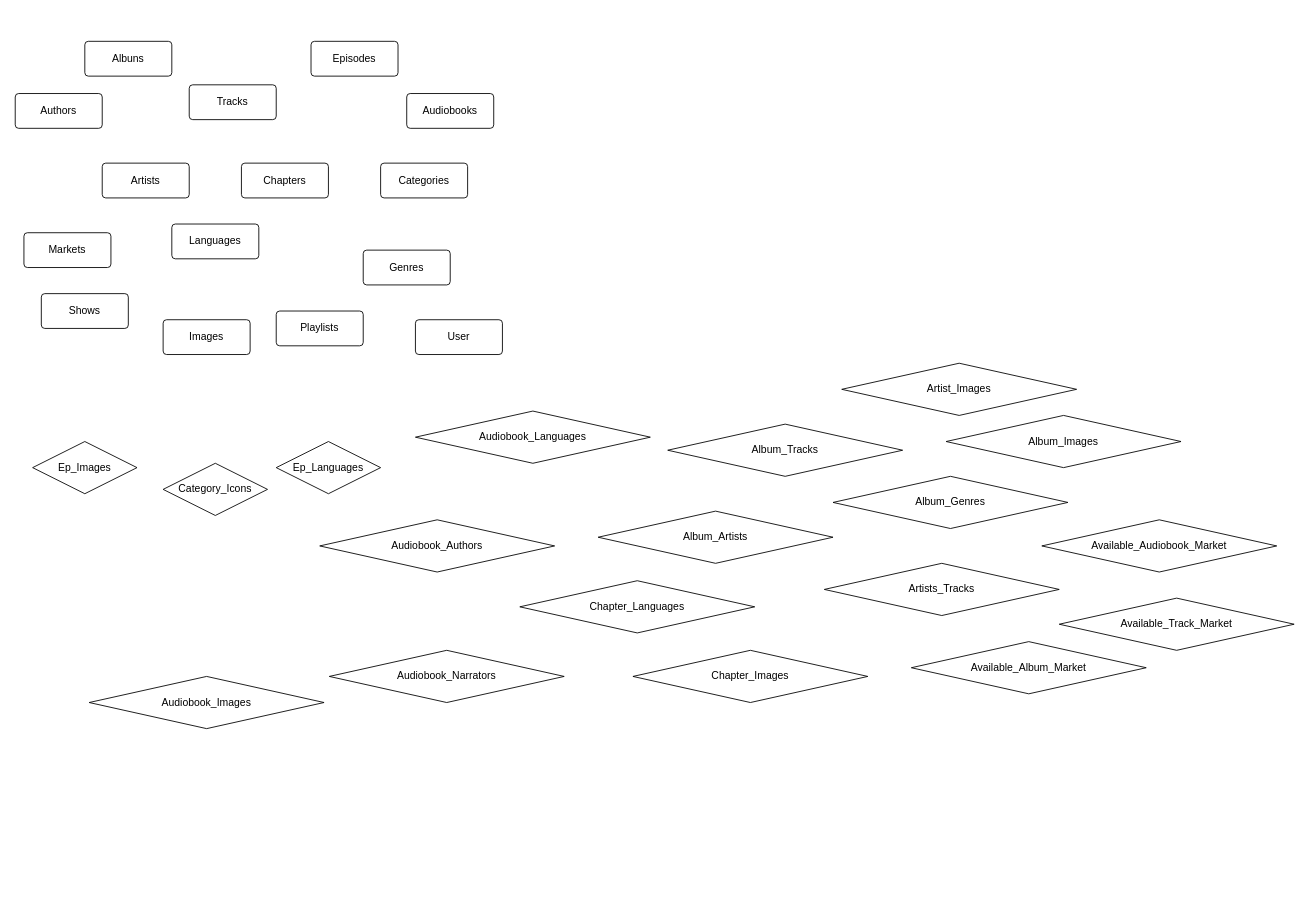
Earlier version of the draw.io diagram diagrama_er.drawio (budkee/spotify_data_colect). Source tidied: cells renumbered, new cells numbered last; positions are measured from the earlier drawing's top-left corner, leaving out a move shared by most shapes. Both pictures are drawn from the tidied source at 87%, with x=0, y=0 at pixel (15, 41).
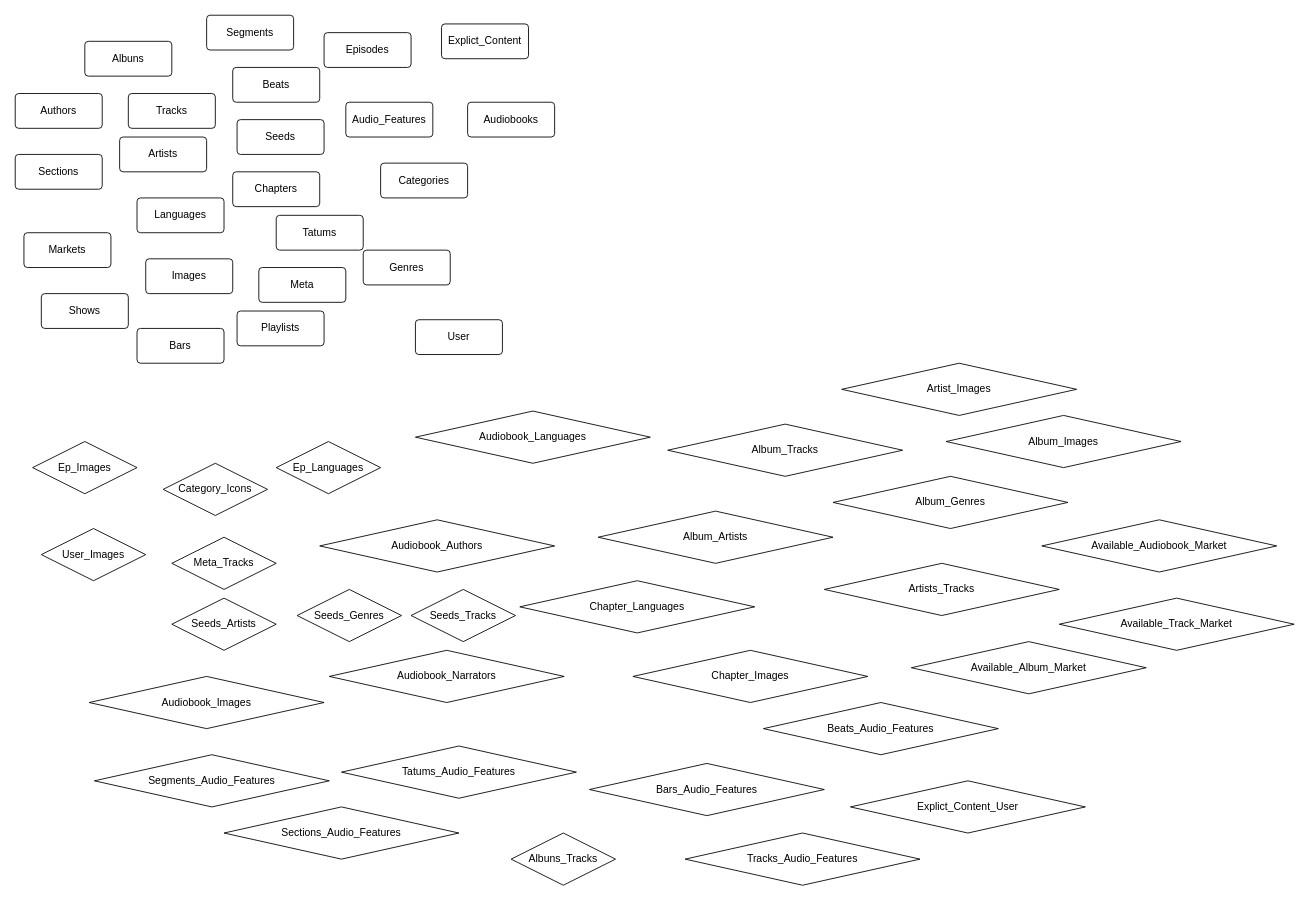
The same diagram, later.

Diff of the diagram source:
```diff
@@
     <mxCell id="3" value="Artists" style="rounded=1;arcSize=10;whiteSpace=wrap;html=1;align=center;" parent="1" vertex="1">
-      <mxGeometry x="100" y="140" width="100" height="40" as="geometry" />
+      <mxGeometry x="120" y="110" width="100" height="40" as="geometry" />
     </mxCell>
     <mxCell id="4" value="Tracks" style="rounded=1;arcSize=10;whiteSpace=wrap;html=1;align=center;" parent="1" vertex="1">
-      <mxGeometry x="200" y="50" width="100" height="40" as="geometry" />
+      <mxGeometry x="130" y="60" width="100" height="40" as="geometry" />
     </mxCell>
     <mxCell id="5" value="Audiobooks" style="rounded=1;arcSize=10;whiteSpace=wrap;html=1;align=center;" parent="1" vertex="1">
-      <mxGeometry x="450" y="60" width="100" height="40" as="geometry" />
+      <mxGeometry x="520" y="70" width="100" height="40" as="geometry" />
     </mxCell>
     <mxCell id="6" value="Chapters" style="rounded=1;arcSize=10;whiteSpace=wrap;html=1;align=center;" parent="1" vertex="1">
-      <mxGeometry x="260" y="140" width="100" height="40" as="geometry" />
+      <mxGeometry x="250" y="150" width="100" height="40" as="geometry" />
     </mxCell>
     <mxCell id="7" value="Episodes" style="rounded=1;arcSize=10;whiteSpace=wrap;html=1;align=center;" parent="1" vertex="1">
-      <mxGeometry x="340" width="100" height="40" as="geometry" />
+      <mxGeometry x="355" y="-10" width="100" height="40" as="geometry" />
     </mxCell>
@@
     <mxCell id="10" value="Languages" style="rounded=1;arcSize=10;whiteSpace=wrap;html=1;align=center;" parent="1" vertex="1">
-      <mxGeometry x="180" y="210" width="100" height="40" as="geometry" />
+      <mxGeometry x="140" y="180" width="100" height="40" as="geometry" />
     </mxCell>
@@
     <mxCell id="13" value="Images" style="rounded=1;arcSize=10;whiteSpace=wrap;html=1;align=center;" parent="1" vertex="1">
-      <mxGeometry x="170" y="320" width="100" height="40" as="geometry" />
+      <mxGeometry x="150" y="250" width="100" height="40" as="geometry" />
     </mxCell>
     <mxCell id="14" value="Playlists" style="rounded=1;arcSize=10;whiteSpace=wrap;html=1;align=center;" parent="1" vertex="1">
-      <mxGeometry x="300" y="310" width="100" height="40" as="geometry" />
+      <mxGeometry x="255" y="310" width="100" height="40" as="geometry" />
     </mxCell>
@@
+    <mxCell id="35" value="Explict_Content" style="rounded=1;arcSize=10;whiteSpace=wrap;html=1;align=center;" parent="1" vertex="1">
+      <mxGeometry x="490" y="-20" width="100" height="40" as="geometry" />
+    </mxCell>
+    <mxCell id="36" value="Seeds" style="rounded=1;arcSize=10;whiteSpace=wrap;html=1;align=center;" parent="1" vertex="1">
+      <mxGeometry x="255" y="90" width="100" height="40" as="geometry" />
+    </mxCell>
+    <mxCell id="37" value="Tatums" style="rounded=1;arcSize=10;whiteSpace=wrap;html=1;align=center;" parent="1" vertex="1">
+      <mxGeometry x="300" y="200" width="100" height="40" as="geometry" />
+    </mxCell>
+    <mxCell id="38" value="Segments" style="rounded=1;arcSize=10;whiteSpace=wrap;html=1;align=center;" parent="1" vertex="1">
+      <mxGeometry x="220" y="-30" width="100" height="40" as="geometry" />
+    </mxCell>
+    <mxCell id="39" value="Sections" style="rounded=1;arcSize=10;whiteSpace=wrap;html=1;align=center;" parent="1" vertex="1">
+      <mxGeometry y="130" width="100" height="40" as="geometry" />
+    </mxCell>
+    <mxCell id="40" value="Beats" style="rounded=1;arcSize=10;whiteSpace=wrap;html=1;align=center;" parent="1" vertex="1">
+      <mxGeometry x="250" y="30" width="100" height="40" as="geometry" />
+    </mxCell>
+    <mxCell id="41" value="Bars" style="rounded=1;arcSize=10;whiteSpace=wrap;html=1;align=center;" parent="1" vertex="1">
+      <mxGeometry x="140" y="330" width="100" height="40" as="geometry" />
+    </mxCell>
+    <mxCell id="42" value="Meta" style="rounded=1;arcSize=10;whiteSpace=wrap;html=1;align=center;" parent="1" vertex="1">
+      <mxGeometry x="280" y="260" width="100" height="40" as="geometry" />
+    </mxCell>
+    <mxCell id="43" value="Audio_Features" style="rounded=1;arcSize=10;whiteSpace=wrap;html=1;align=center;" parent="1" vertex="1">
+      <mxGeometry x="380" y="70" width="100" height="40" as="geometry" />
+    </mxCell>
+    <mxCell id="44" value="Meta_Tracks" style="shape=rhombus;perimeter=rhombusPerimeter;whiteSpace=wrap;html=1;align=center;" parent="1" vertex="1">
+      <mxGeometry x="180" y="570" width="120" height="60" as="geometry" />
+    </mxCell>
+    <mxCell id="45" value="Seeds_Artists" style="shape=rhombus;perimeter=rhombusPerimeter;whiteSpace=wrap;html=1;align=center;" parent="1" vertex="1">
+      <mxGeometry x="180" y="640" width="120" height="60" as="geometry" />
+    </mxCell>
+    <mxCell id="46" value="Seeds_Genres" style="shape=rhombus;perimeter=rhombusPerimeter;whiteSpace=wrap;html=1;align=center;" parent="1" vertex="1">
+      <mxGeometry x="324" y="630" width="120" height="60" as="geometry" />
+    </mxCell>
+    <mxCell id="47" value="Seeds_Tracks" style="shape=rhombus;perimeter=rhombusPerimeter;whiteSpace=wrap;html=1;align=center;" parent="1" vertex="1">
+      <mxGeometry x="455" y="630" width="120" height="60" as="geometry" />
+    </mxCell>
+    <mxCell id="48" value="Tatums_Audio_Features" style="shape=rhombus;perimeter=rhombusPerimeter;whiteSpace=wrap;html=1;align=center;" parent="1" vertex="1">
+      <mxGeometry x="375" y="810" width="270" height="60" as="geometry" />
+    </mxCell>
+    <mxCell id="49" value="Segments_Audio_Features" style="shape=rhombus;perimeter=rhombusPerimeter;whiteSpace=wrap;html=1;align=center;" parent="1" vertex="1">
+      <mxGeometry x="91" y="820" width="270" height="60" as="geometry" />
+    </mxCell>
+    <mxCell id="50" value="Sections_Audio_Features" style="shape=rhombus;perimeter=rhombusPerimeter;whiteSpace=wrap;html=1;align=center;" parent="1" vertex="1">
+      <mxGeometry x="240" y="880" width="270" height="60" as="geometry" />
+    </mxCell>
+    <mxCell id="51" value="Beats_Audio_Features" style="shape=rhombus;perimeter=rhombusPerimeter;whiteSpace=wrap;html=1;align=center;" parent="1" vertex="1">
+      <mxGeometry x="860" y="760" width="270" height="60" as="geometry" />
+    </mxCell>
+    <mxCell id="52" value="Bars_Audio_Features" style="shape=rhombus;perimeter=rhombusPerimeter;whiteSpace=wrap;html=1;align=center;" parent="1" vertex="1">
+      <mxGeometry x="660" y="830" width="270" height="60" as="geometry" />
+    </mxCell>
+    <mxCell id="53" value="User_Images" style="shape=rhombus;perimeter=rhombusPerimeter;whiteSpace=wrap;html=1;align=center;" parent="1" vertex="1">
+      <mxGeometry x="30" y="560" width="120" height="60" as="geometry" />
+    </mxCell>
+    <mxCell id="54" value="Explict_Content_User" style="shape=rhombus;perimeter=rhombusPerimeter;whiteSpace=wrap;html=1;align=center;" parent="1" vertex="1">
+      <mxGeometry x="960" y="850" width="270" height="60" as="geometry" />
+    </mxCell>
+    <mxCell id="55" value="Tracks_Audio_Features" style="shape=rhombus;perimeter=rhombusPerimeter;whiteSpace=wrap;html=1;align=center;" parent="1" vertex="1">
+      <mxGeometry x="770" y="910" width="270" height="60" as="geometry" />
+    </mxCell>
+    <mxCell id="56" value="Albuns_Tracks" style="shape=rhombus;perimeter=rhombusPerimeter;whiteSpace=wrap;html=1;align=center;" parent="1" vertex="1">
+      <mxGeometry x="570" y="910" width="120" height="60" as="geometry" />
+    </mxCell>
```
